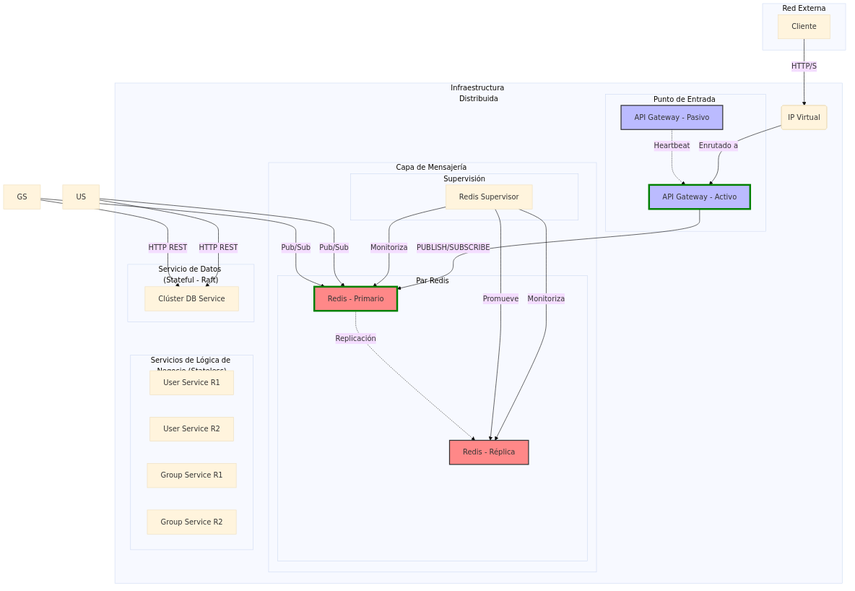
Before: Documents/Informe/imagenes/replicacion.png, a diagram exported from Mermaid (gaboCiber/Agenda_Distribuida). Its source is kept beside it as Documents/Informe/imagenes/replicacion.mmd.
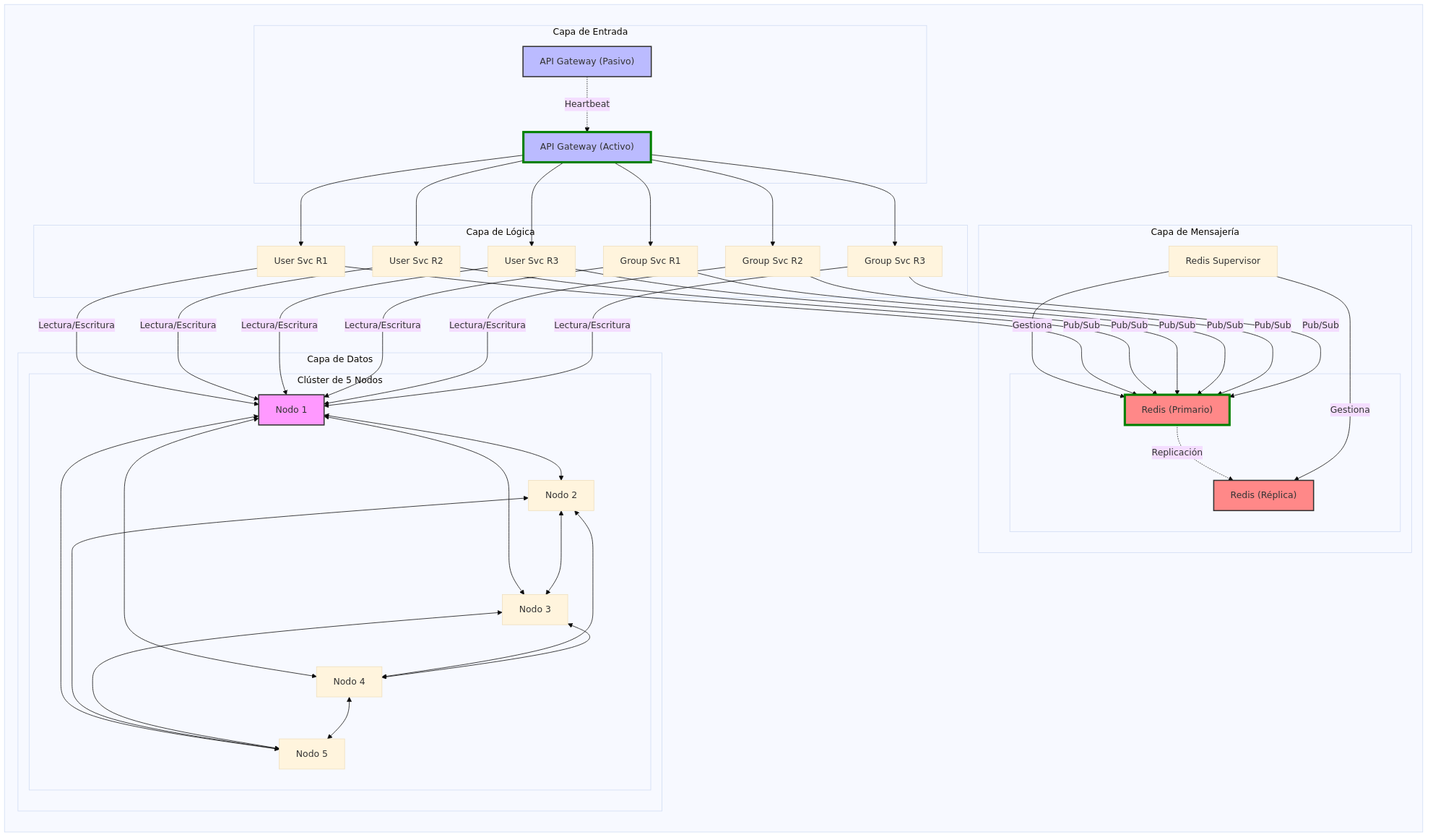
Later version of the same file.

The edit, as a diff of the source:
```diff
@@ -1,59 +1,57 @@
 %%{init: {'theme': 'base', 'themeVariables': { 'background': '#f5f5f5' }}}%%
 graph TD
-    subgraph "Red Externa"
-        Client[Cliente]
+    subgraph " "
+        direction TB
+
+        subgraph "Capa de Entrada"
+            GW_A["API Gateway (Activo)"]
+            GW_P["API Gateway (Pasivo)"]
+            GW_P -. Heartbeat .-> GW_A
+        end
+
+        subgraph "Capa de Lógica"
+            direction LR
+            US1["User Svc R1"]
+            US2["User Svc R2"]
+            US3["User Svc R3"]
+            GS1["Group Svc R1"]
+            GS2["Group Svc R2"]
+            GS3["Group Svc R3"]
+        end
+
+        subgraph "Capa de Mensajería"
+            subgraph " "
+                direction LR
+                Redis_P["Redis (Primario)"]
+                Redis_R["Redis (Réplica)"]
+            end
+            Supervisor["Redis Supervisor"]
+            Redis_P -. Replicación .-> Redis_R
+            Supervisor -- Gestiona --> Redis_P & Redis_R
+        end
+
+        subgraph "Capa de Datos"
+            subgraph "Clúster de 5 Nodos"
+                DB1["Nodo 1"]
+                DB2["Nodo 2"]
+                DB3["Nodo 3"]
+                DB4["Nodo 4"]
+                DB5["Nodo 5"]
+            end
+            DB1 <--> DB2 & DB3 & DB4 & DB5
+            DB2 <--> DB3 & DB4 & DB5
+            DB3 <--> DB4 & DB5
+            DB4 <--> DB5
+        end
+
+        GW_A --> US1 & US2 & US3 & GS1 & GS2 & GS3
+        US1 & US2 & US3 & GS1 & GS2 & GS3 -- Pub/Sub --> Redis_P
+        US1 & US2 & US3 & GS1 & GS2 & GS3 -- Lectura/Escritura --> DB1
+
     end
 
-    subgraph "Infraestructura Distribuida"
-        VIP(IP Virtual)
-
-        subgraph "Punto de Entrada (Failover tipo VRRP)"
-            GW_A[API Gateway - Activo]
-            GW_P[API Gateway - Pasivo]
-        end
-
-        subgraph "Capa de Mensajería (Alta Disponibilidad)"
-            subgraph "Par Redis"
-                Redis_P[Redis - Primario]
-                Redis_R[Redis - Réplica]
-            end
-            subgraph "Supervisión"
-                Supervisor[Redis Supervisor]
-            end
-        end
-
-        subgraph "Servicios de Lógica de Negocio (Stateless)"
-            direction LR
-            US1[User Service R1]
-            US2[User Service R2]
-            GS1[Group Service R1]
-            GS2[Group Service R2]
-        end
-
-        subgraph "Servicio de Datos (Stateful - Raft)"
-            DB_Cluster["Clúster DB Service"]
-        end
-    end
-
-    Client -- HTTP/S --> VIP
-    VIP -- Enrutado a --> GW_A
-    GW_P -. Heartbeat .-> GW_A
-
-    GW_A -- PUBLISH/SUBSCRIBE --> Redis_P
-
-    Supervisor -- Monitoriza --> Redis_P
-    Supervisor -- Monitoriza --> Redis_R
-    Supervisor -- Promueve --> Redis_R
-
-    Redis_P -. Replicación .-> Redis_R
-
-    US -- Pub/Sub --> Redis_P
-    GS -- Pub/Sub --> Redis_P
-
-    US -- HTTP REST --> DB_Cluster
-    GS -- HTTP REST --> DB_Cluster
-
     style GW_A fill:#bbf,stroke:green,stroke-width:4px
+    style Redis_P fill:#f88,stroke:green,stroke-width:4px
     style GW_P fill:#bbf,stroke:#333,stroke-width:2px
-    style Redis_P fill:#f88,stroke:green,stroke-width:4px
     style Redis_R fill:#f88,stroke:#333,stroke-width:2px
+    style DB1 fill:#f9f,stroke:#333,stroke-width:2px
```
